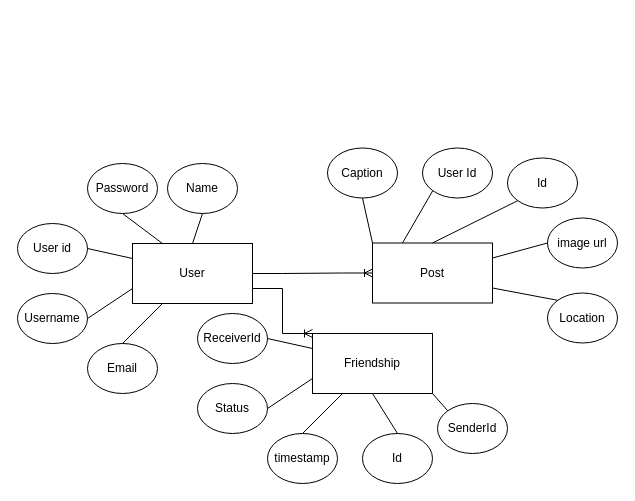
Before: socio.drawio in meethariya/Socio, a draw.io diagram. Source tidied: cells renumbered, new cells numbered last; positions are measured from the earlier drawing's top-left corner, leaving out a move shared by most shapes. Both pictures are drawn from the tidied source at 100%, with x=0, y=0 at pixel (17, 147).
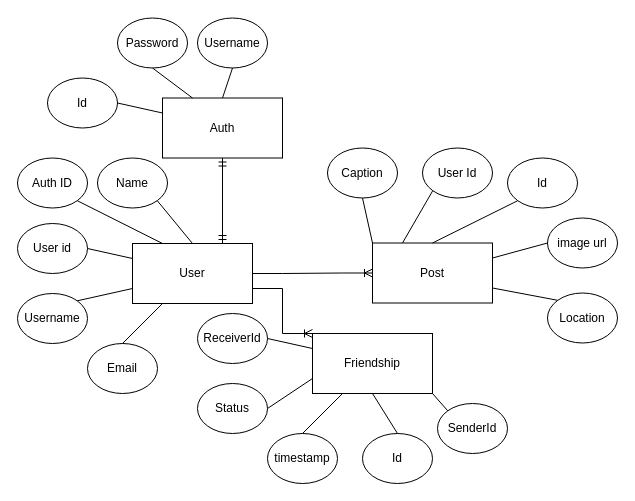
The same page after the edit.

The change refers to these unchanged cells:
```xml
<mxCell id="2" value="User" style="rounded=0;whiteSpace=wrap;html=1;" parent="1" vertex="1">
  <mxGeometry x="115" y="96" width="120" height="60" as="geometry" />
</mxCell>
<mxCell id="4" value="Username" style="ellipse;whiteSpace=wrap;html=1;" parent="1" vertex="1">
  <mxGeometry y="146" width="70" height="50" as="geometry" />
</mxCell>
```

The edit, as a diff of the source:
```diff
@@
-    <mxCell id="6" value="Password" style="ellipse;whiteSpace=wrap;html=1;" parent="1" vertex="1">
-      <mxGeometry x="70" y="16" width="70" height="50" as="geometry" />
+    <mxCell id="6" value="Auth ID" style="ellipse;whiteSpace=wrap;html=1;" parent="1" vertex="1">
+      <mxGeometry y="10.5" width="70" height="50" as="geometry" />
     </mxCell>
     <mxCell id="7" value="Name" style="ellipse;whiteSpace=wrap;html=1;" parent="1" vertex="1">
-      <mxGeometry x="150" y="16" width="70" height="50" as="geometry" />
+      <mxGeometry x="80" y="10.5" width="70" height="50" as="geometry" />
     </mxCell>
-    <mxCell id="8" style="endArrow=none;html=1;rounded=0;entryX=0.5;entryY=1;entryDx=0;entryDy=0;exitX=0.25;exitY=0;exitDx=0;exitDy=0;" parent="1" edge="1" source="2" target="6">
+    <mxCell id="8" style="endArrow=none;html=1;rounded=0;entryX=1;entryY=1;entryDx=0;entryDy=0;exitX=0.25;exitY=0;exitDx=0;exitDy=0;" parent="1" edge="1" source="2" target="6">
       <mxGeometry relative="1" as="geometry" />
     </mxCell>
-    <mxCell id="9" style="endArrow=none;html=1;rounded=0;entryX=0.5;entryY=1;entryDx=0;entryDy=0;exitX=0.5;exitY=0;exitDx=0;exitDy=0;" parent="1" edge="1" source="2" target="7">
+    <mxCell id="9" style="endArrow=none;html=1;rounded=0;entryX=1;entryY=1;entryDx=0;entryDy=0;exitX=0.5;exitY=0;exitDx=0;exitDy=0;" parent="1" edge="1" source="2" target="7">
       <mxGeometry relative="1" as="geometry" />
     </mxCell>
@@
-    <mxCell id="11" style="endArrow=none;html=1;rounded=0;entryX=1;entryY=0.5;entryDx=0;entryDy=0;exitX=0;exitY=0.75;exitDx=0;exitDy=0;" parent="1" edge="1" source="2" target="4">
+    <mxCell id="11" style="endArrow=none;html=1;rounded=0;entryX=1;entryY=0;entryDx=0;entryDy=0;exitX=0;exitY=0.75;exitDx=0;exitDy=0;" parent="1" edge="1" source="2" target="4">
       <mxGeometry relative="1" as="geometry" />
     </mxCell>
@@
+    <mxCell id="37" value="Auth" style="rounded=0;whiteSpace=wrap;html=1;" parent="1" vertex="1">
+      <mxGeometry x="145" y="-49.5" width="120" height="60" as="geometry" />
+    </mxCell>
+    <mxCell id="38" value="Id" style="ellipse;whiteSpace=wrap;html=1;" parent="1" vertex="1">
+      <mxGeometry x="30" y="-69.5" width="70" height="50" as="geometry" />
+    </mxCell>
+    <mxCell id="39" value="Password" style="ellipse;whiteSpace=wrap;html=1;" parent="1" vertex="1">
+      <mxGeometry x="100" y="-129.5" width="70" height="50" as="geometry" />
+    </mxCell>
+    <mxCell id="40" value="Username" style="ellipse;whiteSpace=wrap;html=1;" parent="1" vertex="1">
+      <mxGeometry x="180" y="-129.5" width="70" height="50" as="geometry" />
+    </mxCell>
+    <mxCell id="41" style="endArrow=none;html=1;rounded=0;entryX=0.5;entryY=1;entryDx=0;entryDy=0;exitX=0.25;exitY=0;exitDx=0;exitDy=0;" parent="1" edge="1" source="37" target="39">
+      <mxGeometry relative="1" as="geometry" />
+    </mxCell>
+    <mxCell id="42" style="endArrow=none;html=1;rounded=0;entryX=0.5;entryY=1;entryDx=0;entryDy=0;exitX=0.5;exitY=0;exitDx=0;exitDy=0;" parent="1" edge="1" source="37" target="40">
+      <mxGeometry relative="1" as="geometry" />
+    </mxCell>
+    <mxCell id="43" style="endArrow=none;html=1;rounded=0;entryX=1;entryY=0.5;entryDx=0;entryDy=0;exitX=0;exitY=0.25;exitDx=0;exitDy=0;" parent="1" edge="1" source="37" target="38">
+      <mxGeometry relative="1" as="geometry" />
+    </mxCell>
+    <mxCell id="44" style="fontSize=12;html=1;endArrow=ERmandOne;startArrow=ERmandOne;rounded=0;exitX=0.75;exitY=0;exitDx=0;exitDy=0;entryX=0.5;entryY=1;entryDx=0;entryDy=0;" parent="1" edge="1" source="2" target="37">
+      <mxGeometry relative="1" as="geometry" />
+    </mxCell>
```
